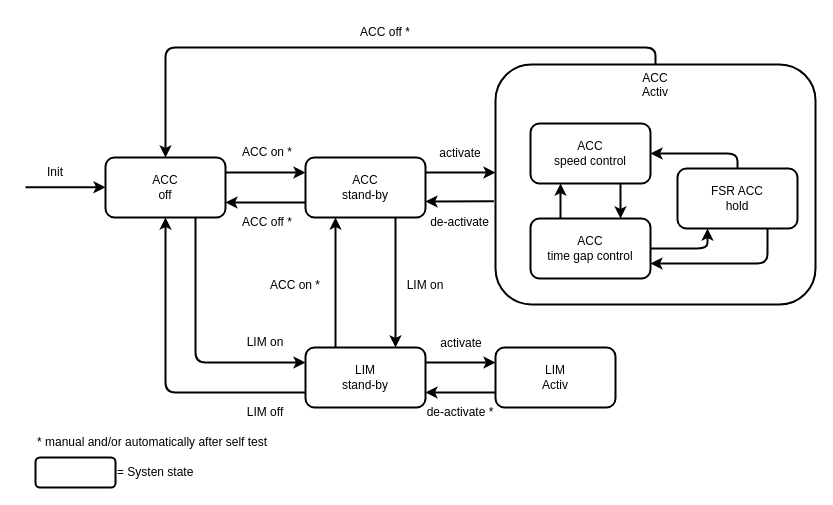
This is page "ACC-LIM statemachine" (5 of 9) of 00_Reverseengineering/ACC_limits.drawio from littleprojects/ACC_W211, a draw.io file, before an edit. Source tidied: cells renumbered, new cells numbered last; positions are measured from the earlier drawing's top-left corner, leaving out a move shared by most shapes. Both pictures are drawn from the tidied source at 100%, with x=0, y=0 at pixel (25, 17).
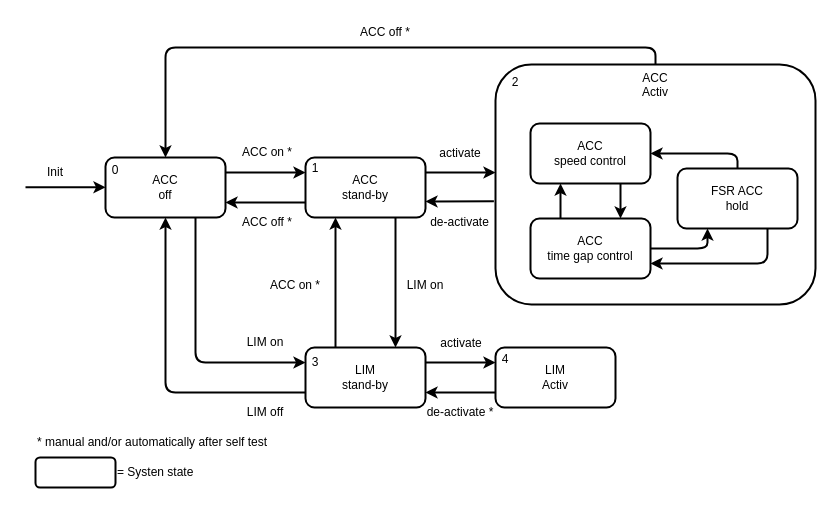
After the change.

Diff of the diagram source:
```diff
@@
+    <mxCell id="42" value="0" style="text;html=1;align=center;verticalAlign=middle;whiteSpace=wrap;rounded=0;" parent="1" vertex="1">
+      <mxGeometry x="60" y="138" width="60" height="30" as="geometry" />
+    </mxCell>
+    <mxCell id="43" value="1" style="text;html=1;align=center;verticalAlign=middle;whiteSpace=wrap;rounded=0;" parent="1" vertex="1">
+      <mxGeometry x="260" y="136" width="60" height="30" as="geometry" />
+    </mxCell>
+    <mxCell id="44" value="2" style="text;html=1;align=center;verticalAlign=middle;whiteSpace=wrap;rounded=0;" parent="1" vertex="1">
+      <mxGeometry x="460" y="50" width="60" height="30" as="geometry" />
+    </mxCell>
+    <mxCell id="45" value="3" style="text;html=1;align=center;verticalAlign=middle;whiteSpace=wrap;rounded=0;" parent="1" vertex="1">
+      <mxGeometry x="260" y="330" width="60" height="30" as="geometry" />
+    </mxCell>
+    <mxCell id="46" value="4" style="text;html=1;align=center;verticalAlign=middle;whiteSpace=wrap;rounded=0;" parent="1" vertex="1">
+      <mxGeometry x="450" y="327" width="60" height="30" as="geometry" />
+    </mxCell>
```
